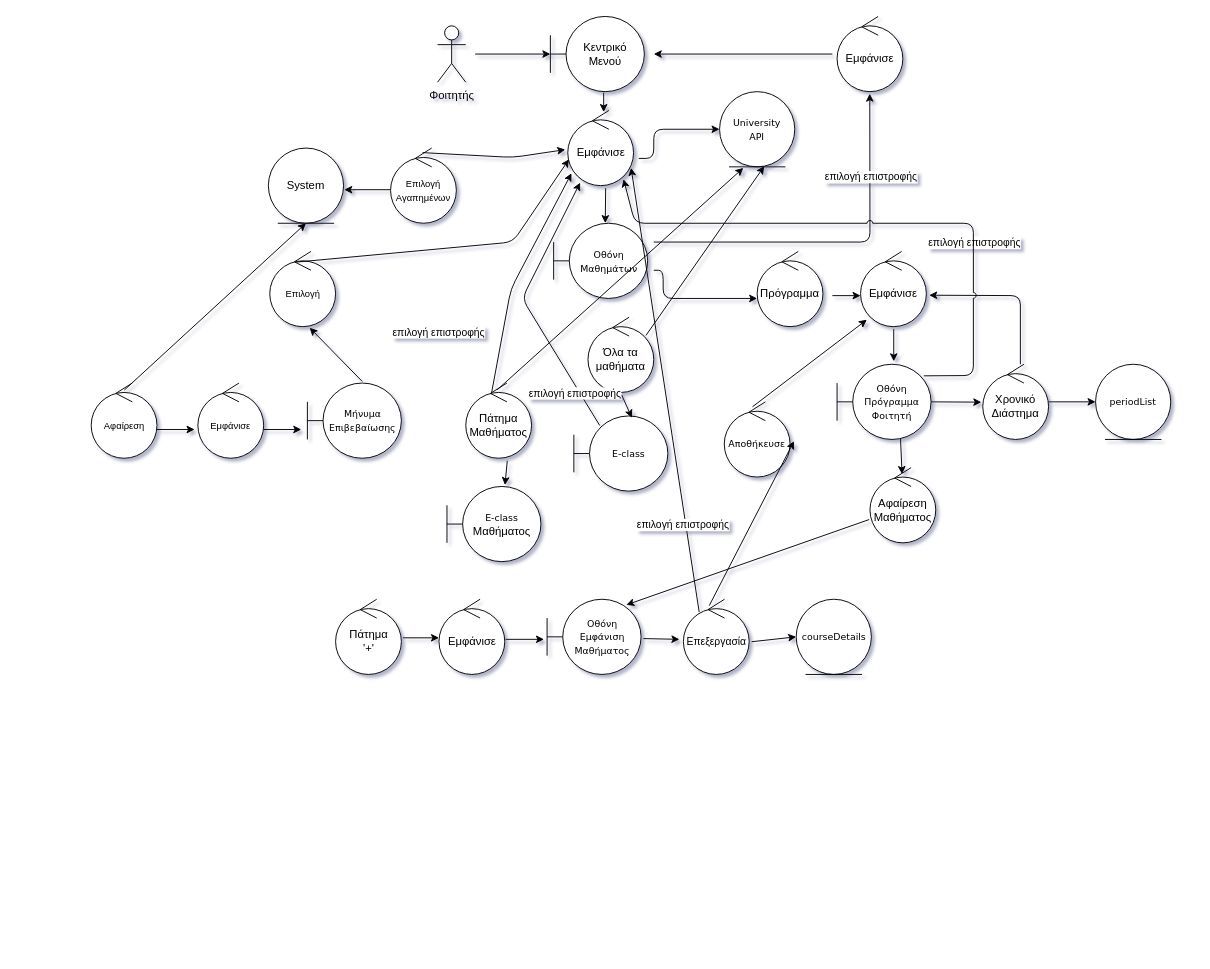
Before: page "Courses Menu" (5 of 5) of docs/Contributions/Vaggelis/Robustness-diagrams-v0.1.drawio in Ibournakas/PaPapp, a draw.io diagram. Source tidied: cells renumbered, new cells numbered last; positions are measured from the earlier drawing's top-left corner, leaving out a move shared by most shapes. Both pictures are drawn from the tidied source at 94%, with x=0, y=0 at pixel (91, 16).
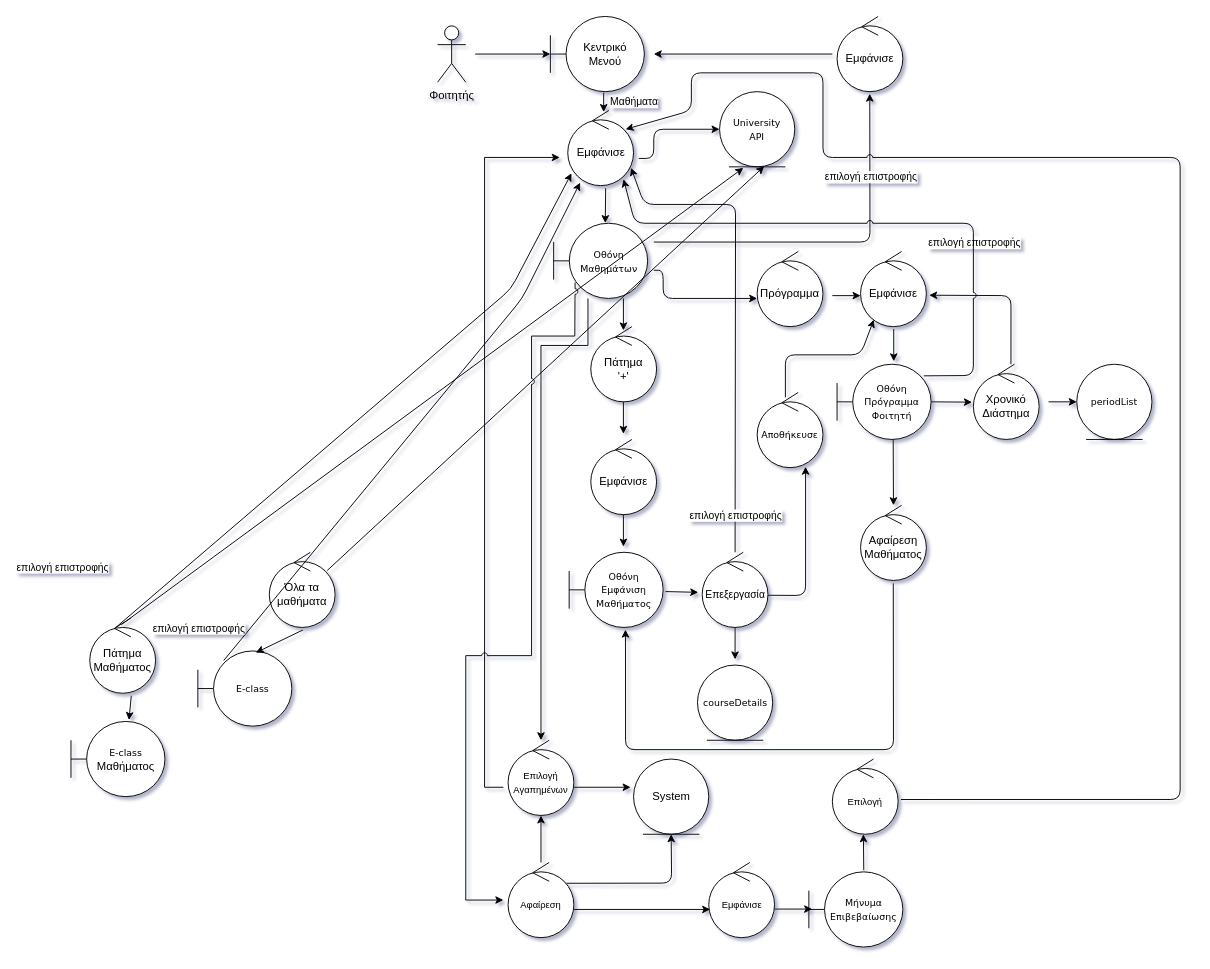
The same diagram, later.

Unchanged cells that the change refers to:
```xml
<mxCell id="3" value="&lt;font style=&quot;font-size: 10px;&quot; face=&quot;Verdana&quot;&gt;Οθόνη Μαθημάτων&lt;/font&gt;" style="shape=umlBoundary;whiteSpace=wrap;html=1;rounded=1;" parent="1" vertex="1">
  <mxGeometry x="491.5" y="220" width="100" height="80" as="geometry" />
</mxCell>
<mxCell id="12" value="Εμφάνισε" style="ellipse;shape=umlControl;whiteSpace=wrap;html=1;rounded=1;" parent="1" vertex="1">
  <mxGeometry x="506.5" y="100" width="70" height="80" as="geometry" />
</mxCell>
<mxCell id="17" value="Εμφάνισε" style="ellipse;shape=umlControl;whiteSpace=wrap;html=1;rounded=1;" parent="1" vertex="1">
  <mxGeometry x="818" y="250" width="70" height="80" as="geometry" />
</mxCell>
<mxCell id="21" value="&lt;font face=&quot;Verdana&quot;&gt;&lt;span style=&quot;font-size: 10px;&quot;&gt;Οθόνη&lt;br&gt;Πρόγραμμα Φοιτητή&lt;/span&gt;&lt;/font&gt;" style="shape=umlBoundary;whiteSpace=wrap;html=1;rounded=1;" parent="1" vertex="1">
  <mxGeometry x="793" y="370" width="100" height="80" as="geometry" />
</mxCell>
```

Change to the diagram source:
```diff
@@
     <mxCell id="20" value="Χρονικό&lt;br&gt;Διάστημα" style="ellipse;shape=umlControl;whiteSpace=wrap;html=1;rounded=1;" parent="1" vertex="1">
-      <mxGeometry x="948" y="370" width="70" height="80" as="geometry" />
+      <mxGeometry x="938" y="370" width="70" height="80" as="geometry" />
     </mxCell>
@@
     <mxCell id="23" value="&lt;font face=&quot;Verdana&quot;&gt;&lt;span style=&quot;font-size: 10px;&quot;&gt;periodList&lt;br&gt;&lt;/span&gt;&lt;/font&gt;" style="ellipse;shape=umlEntity;whiteSpace=wrap;html=1;rounded=1;" parent="1" vertex="1">
-      <mxGeometry x="1068" y="370" width="80" height="80" as="geometry" />
+      <mxGeometry x="1048" y="370" width="80" height="80" as="geometry" />
     </mxCell>
@@
-    <mxCell id="26" style="endArrow=classic;html=1;rounded=1;entryX=1.043;entryY=0.582;entryDx=0;entryDy=0;entryPerimeter=0;" parent="1" edge="1" target="17">
+    <mxCell id="26" style="endArrow=classic;html=1;rounded=1;entryX=1.043;entryY=0.582;entryDx=0;entryDy=0;entryPerimeter=0;exitX=0.571;exitY=0;exitDx=0;exitDy=0;exitPerimeter=0;" parent="1" edge="1" source="20" target="17">
       <mxGeometry relative="1" as="geometry">
-        <mxPoint x="988" y="370" as="sourcePoint" />
         <Array as="points">
-          <mxPoint x="988" y="297" />
+          <mxPoint x="978" y="297" />
         </Array>
       </mxGeometry>
     </mxCell>
@@
     <mxCell id="28" value="Πάτημα Μαθήματος" style="ellipse;shape=umlControl;whiteSpace=wrap;html=1;rounded=1;" parent="1" vertex="1">
-      <mxGeometry x="398" y="390" width="70" height="80" as="geometry" />
+      <mxGeometry x="-2" y="640" width="70" height="80" as="geometry" />
     </mxCell>
@@
     <mxCell id="30" value="&lt;font face=&quot;Verdana&quot;&gt;&lt;span style=&quot;font-size: 10px;&quot;&gt;E-class&lt;br&gt;&lt;/span&gt;&lt;/font&gt;Μαθήματος" style="shape=umlBoundary;whiteSpace=wrap;html=1;rounded=1;" parent="1" vertex="1">
-      <mxGeometry x="378" y="500" width="100" height="80" as="geometry" />
+      <mxGeometry x="-22" y="750" width="100" height="80" as="geometry" />
     </mxCell>
     <mxCell id="31" value="επιλογή επιστροφής" style="edgeLabel;html=1;align=center;verticalAlign=middle;rounded=1;" parent="1" vertex="1">
-      <mxGeometry x="368" y="335" as="geometry" />
+      <mxGeometry x="-32" y="585" as="geometry" />
     </mxCell>
     <mxCell id="32" value="&lt;font style=&quot;font-size: 10px;&quot;&gt;Επιλογή Αγαπημένων&lt;br&gt;&lt;/font&gt;" style="ellipse;shape=umlControl;whiteSpace=wrap;html=1;rounded=1;" parent="1" vertex="1">
-      <mxGeometry x="318" y="140" width="70" height="80" as="geometry" />
+      <mxGeometry x="443" y="770" width="70" height="80" as="geometry" />
     </mxCell>
     <mxCell id="33" value="System" style="ellipse;shape=umlEntity;whiteSpace=wrap;html=1;rounded=1;" parent="1" vertex="1">
-      <mxGeometry x="188" y="140" width="80" height="80" as="geometry" />
+      <mxGeometry x="576.5" y="790" width="80" height="80" as="geometry" />
     </mxCell>
-    <mxCell id="34" style="endArrow=classic;html=1;rounded=1;exitX=-0.002;exitY=0.554;exitDx=0;exitDy=0;exitPerimeter=0;entryX=1.009;entryY=0.554;entryDx=0;entryDy=0;entryPerimeter=0;" parent="1" edge="1" source="32" target="33">
-      <mxGeometry relative="1" as="geometry" />
-    </mxCell>
-    <mxCell id="35" style="endArrow=classic;html=1;rounded=1;exitX=0.488;exitY=0.061;exitDx=0;exitDy=0;exitPerimeter=0;entryX=-0.038;entryY=0.521;entryDx=0;entryDy=0;entryPerimeter=0;" parent="1" edge="1" source="32" target="12">
-      <mxGeometry relative="1" as="geometry">
-        <Array as="points">
-          <mxPoint x="448" y="150" />
-        </Array>
-      </mxGeometry>
-    </mxCell>
+    <mxCell id="70" style="edgeStyle=orthogonalEdgeStyle;rounded=0;jettySize=auto;html=1;" parent="1" edge="1" source="36" target="32">
+      <mxGeometry relative="1" as="geometry" />
+    </mxCell>
     <mxCell id="36" value="&lt;font style=&quot;font-size: 10px;&quot;&gt;Αφαίρεση&lt;br&gt;&lt;/font&gt;" style="ellipse;shape=umlControl;whiteSpace=wrap;html=1;rounded=1;" parent="1" vertex="1">
-      <mxGeometry x="-0.5" y="390" width="70" height="80" as="geometry" />
+      <mxGeometry x="443" y="900" width="70" height="80" as="geometry" />
     </mxCell>
     <mxCell id="37" value="&lt;font face=&quot;Verdana&quot;&gt;&lt;span style=&quot;font-size: 10px;&quot;&gt;Μήνυμα&lt;br&gt;Επιβεβαίωσης&lt;br&gt;&lt;/span&gt;&lt;/font&gt;" style="shape=umlBoundary;whiteSpace=wrap;html=1;rounded=1;" parent="1" vertex="1">
-      <mxGeometry x="229.5" y="390" width="100" height="80" as="geometry" />
+      <mxGeometry x="763" y="910" width="100" height="80" as="geometry" />
     </mxCell>
     <mxCell id="38" value="&lt;font style=&quot;font-size: 10px;&quot;&gt;Εμφάνισε&lt;br&gt;&lt;/font&gt;" style="ellipse;shape=umlControl;whiteSpace=wrap;html=1;rounded=1;" parent="1" vertex="1">
-      <mxGeometry x="113" y="390" width="70" height="80" as="geometry" />
+      <mxGeometry x="656.5" y="900" width="70" height="80" as="geometry" />
     </mxCell>
     <mxCell id="39" style="endArrow=classic;html=1;rounded=1;" parent="1" edge="1">
       <mxGeometry relative="1" as="geometry">
-        <mxPoint x="69.5" y="439.4" as="sourcePoint" />
-        <mxPoint x="109.5" y="439.4" as="targetPoint" />
+        <mxPoint x="513" y="950" as="sourcePoint" />
+        <mxPoint x="658" y="950" as="targetPoint" />
       </mxGeometry>
     </mxCell>
     <mxCell id="40" style="endArrow=classic;html=1;rounded=1;" parent="1" edge="1">
       <mxGeometry relative="1" as="geometry">
-        <mxPoint x="183" y="439.4" as="sourcePoint" />
-        <mxPoint x="223" y="439.4" as="targetPoint" />
+        <mxPoint x="726.5" y="949.6" as="sourcePoint" />
+        <mxPoint x="766.5" y="949.6" as="targetPoint" />
       </mxGeometry>
     </mxCell>
-    <mxCell id="41" style="endArrow=classic;html=1;rounded=1;exitX=0.504;exitY=0.093;exitDx=0;exitDy=0;exitPerimeter=0;entryX=0.5;entryY=1;entryDx=0;entryDy=0;" parent="1" edge="1" source="36" target="33">
-      <mxGeometry relative="1" as="geometry" />
+    <mxCell id="41" style="endArrow=classic;html=1;rounded=1;exitX=0.888;exitY=0.277;exitDx=0;exitDy=0;exitPerimeter=0;entryX=0.5;entryY=1;entryDx=0;entryDy=0;" parent="1" edge="1" source="36" target="33">
+      <mxGeometry relative="1" as="geometry">
+        <Array as="points">
+          <mxPoint x="617" y="922" />
+        </Array>
+      </mxGeometry>
     </mxCell>
     <mxCell id="42" value="&lt;font style=&quot;font-size: 10px;&quot;&gt;Επιλογή&lt;br&gt;&lt;/font&gt;" style="ellipse;shape=umlControl;whiteSpace=wrap;html=1;rounded=1;" parent="1" vertex="1">
-      <mxGeometry x="189.5" y="250" width="70" height="80" as="geometry" />
+      <mxGeometry x="788" y="790" width="70" height="80" as="geometry" />
     </mxCell>
-    <mxCell id="43" style="endArrow=classic;html=1;rounded=1;entryX=0.606;entryY=1.014;entryDx=0;entryDy=0;entryPerimeter=0;exitX=0.584;exitY=-0.021;exitDx=0;exitDy=0;exitPerimeter=0;" parent="1" edge="1" source="37" target="42">
-      <mxGeometry relative="1" as="geometry" />
+    <mxCell id="43" style="endArrow=classic;html=1;rounded=1;exitX=0.584;exitY=-0.021;exitDx=0;exitDy=0;exitPerimeter=0;" parent="1" edge="1" source="37">
+      <mxGeometry relative="1" as="geometry">
+        <mxPoint x="821" y="870" as="targetPoint" />
+      </mxGeometry>
     </mxCell>
-    <mxCell id="44" style="endArrow=classic;html=1;rounded=1;exitX=0.386;exitY=0.143;exitDx=0;exitDy=0;exitPerimeter=0;entryX=0.019;entryY=0.65;entryDx=0;entryDy=0;entryPerimeter=0;" parent="1" edge="1" source="42" target="12">
+    <mxCell id="44" style="endArrow=classic;html=1;rounded=1;exitX=1.043;exitY=0.538;exitDx=0;exitDy=0;exitPerimeter=0;entryX=0.879;entryY=0.25;entryDx=0;entryDy=0;entryPerimeter=0;jumpStyle=arc;" parent="1" edge="1" source="42" target="12">
       <mxGeometry relative="1" as="geometry">
         <Array as="points">
-          <mxPoint x="448" y="240" />
+          <mxPoint x="1158" y="833" />
+          <mxPoint x="1158" y="150" />
+          <mxPoint x="778" y="150" />
+          <mxPoint x="778" y="60" />
+          <mxPoint x="638" y="60" />
+          <mxPoint x="638" y="100" />
         </Array>
       </mxGeometry>
     </mxCell>
@@
     <mxCell id="47" value="Όλα τα μαθήματα" style="ellipse;shape=umlControl;whiteSpace=wrap;html=1;rounded=1;" parent="1" vertex="1">
-      <mxGeometry x="528" y="320" width="70" height="80" as="geometry" />
+      <mxGeometry x="189" y="570" width="70" height="80" as="geometry" />
     </mxCell>
     <mxCell id="48" value="&lt;font face=&quot;Verdana&quot;&gt;&lt;span style=&quot;font-size: 10px;&quot;&gt;E-class&lt;/span&gt;&lt;/font&gt;" style="shape=umlBoundary;whiteSpace=wrap;html=1;rounded=1;" parent="1" vertex="1">
-      <mxGeometry x="513" y="425" width="100" height="80" as="geometry" />
+      <mxGeometry x="113" y="675" width="100" height="80" as="geometry" />
     </mxCell>
@@
     <mxCell id="52" value="επιλογή επιστροφής" style="edgeLabel;html=1;align=center;verticalAlign=middle;rounded=1;" parent="1" vertex="1">
-      <mxGeometry x="513" y="400" as="geometry" />
+      <mxGeometry x="113" y="650" as="geometry" />
     </mxCell>
     <mxCell id="53" value="Πάτημα&lt;br&gt;'+'" style="ellipse;shape=umlControl;whiteSpace=wrap;html=1;rounded=1;" parent="1" vertex="1">
-      <mxGeometry x="259.5" y="620" width="70" height="80" as="geometry" />
+      <mxGeometry x="531" y="330" width="70" height="80" as="geometry" />
     </mxCell>
     <mxCell id="54" value="Εμφάνισε" style="ellipse;shape=umlControl;whiteSpace=wrap;html=1;rounded=1;" parent="1" vertex="1">
-      <mxGeometry x="369.5" y="620" width="70" height="80" as="geometry" />
+      <mxGeometry x="531" y="450" width="70" height="80" as="geometry" />
     </mxCell>
-    <mxCell id="55" style="endArrow=classic;html=1;rounded=1;exitX=1.024;exitY=0.513;exitDx=0;exitDy=0;exitPerimeter=0;entryX=0;entryY=0.513;entryDx=0;entryDy=0;entryPerimeter=0;" parent="1" edge="1" source="53" target="54">
-      <mxGeometry relative="1" as="geometry" />
-    </mxCell>
     <mxCell id="56" value="&lt;font face=&quot;Verdana&quot;&gt;&lt;span style=&quot;font-size: 10px;&quot;&gt;Οθόνη&lt;br&gt;Εμφάνιση&lt;br&gt;Μαθήματος&lt;br&gt;&lt;/span&gt;&lt;/font&gt;" style="shape=umlBoundary;whiteSpace=wrap;html=1;rounded=1;" parent="1" vertex="1">
-      <mxGeometry x="484.5" y="620" width="100" height="80" as="geometry" />
+      <mxGeometry x="508" y="570" width="100" height="80" as="geometry" />
     </mxCell>
-    <mxCell id="57" style="endArrow=classic;html=1;rounded=1;exitX=1.012;exitY=0.533;exitDx=0;exitDy=0;exitPerimeter=0;entryX=-0.033;entryY=0.533;entryDx=0;entryDy=0;entryPerimeter=0;" parent="1" edge="1" source="54" target="56">
-      <mxGeometry relative="1" as="geometry" />
-    </mxCell>
     <mxCell id="58" value="&lt;font style=&quot;font-size: 11px;&quot;&gt;Επεξεργασία&lt;/font&gt;" style="ellipse;shape=umlControl;whiteSpace=wrap;html=1;rounded=1;" parent="1" vertex="1">
-      <mxGeometry x="629.5" y="620" width="70" height="80" as="geometry" />
+      <mxGeometry x="649.5" y="570" width="70" height="80" as="geometry" />
     </mxCell>
@@
     <mxCell id="60" value="&lt;font face=&quot;Verdana&quot;&gt;&lt;span style=&quot;font-size: 10px;&quot;&gt;courseDetails&lt;br&gt;&lt;/span&gt;&lt;/font&gt;" style="ellipse;shape=umlEntity;whiteSpace=wrap;html=1;rounded=1;" parent="1" vertex="1">
-      <mxGeometry x="749.5" y="620" width="80" height="80" as="geometry" />
+      <mxGeometry x="644.5" y="690" width="80" height="80" as="geometry" />
     </mxCell>
-    <mxCell id="61" style="endArrow=classic;html=1;rounded=1;entryX=0;entryY=0.5;entryDx=0;entryDy=0;exitX=1.036;exitY=0.565;exitDx=0;exitDy=0;exitPerimeter=0;" parent="1" edge="1" source="58" target="60">
-      <mxGeometry relative="1" as="geometry" />
-    </mxCell>
     <mxCell id="62" value="&lt;font face=&quot;Verdana&quot;&gt;&lt;span style=&quot;font-size: 10px;&quot;&gt;Αποθήκευσε&lt;br&gt;&lt;/span&gt;&lt;/font&gt;" style="ellipse;shape=umlControl;whiteSpace=wrap;html=1;rounded=1;" parent="1" vertex="1">
-      <mxGeometry x="673" y="410" width="70" height="80" as="geometry" />
+      <mxGeometry x="708" y="400" width="70" height="80" as="geometry" />
     </mxCell>
-    <mxCell id="63" style="endArrow=classic;html=1;rounded=1;exitX=0.393;exitY=0.085;exitDx=0;exitDy=0;exitPerimeter=0;entryX=1.06;entryY=0.523;entryDx=0;entryDy=0;entryPerimeter=0;" parent="1" edge="1" source="58" target="62">
-      <mxGeometry relative="1" as="geometry" />
+    <mxCell id="63" style="endArrow=classic;html=1;rounded=1;entryX=0.5;entryY=0.988;entryDx=0;entryDy=0;entryPerimeter=0;exitX=1.002;exitY=0.572;exitDx=0;exitDy=0;exitPerimeter=0;" parent="1" edge="1" source="58">
+      <mxGeometry relative="1" as="geometry">
+        <mxPoint x="759.5" y="479" as="targetPoint" />
+        <Array as="points">
+          <mxPoint x="759.5" y="616" />
+        </Array>
+      </mxGeometry>
     </mxCell>
-    <mxCell id="64" style="endArrow=classic;html=1;rounded=1;exitX=0.429;exitY=0.065;exitDx=0;exitDy=0;exitPerimeter=0;entryX=0.095;entryY=0.908;entryDx=0;entryDy=0;entryPerimeter=0;" parent="1" edge="1" source="62" target="17">
-      <mxGeometry relative="1" as="geometry" />
+    <mxCell id="64" style="endArrow=classic;html=1;rounded=1;exitX=0.429;exitY=0.065;exitDx=0;exitDy=0;exitPerimeter=0;entryX=0.201;entryY=0.908;entryDx=0;entryDy=0;entryPerimeter=0;" parent="1" edge="1" source="62" target="17">
+      <mxGeometry relative="1" as="geometry">
+        <Array as="points">
+          <mxPoint x="738" y="360" />
+          <mxPoint x="818" y="360" />
+        </Array>
+      </mxGeometry>
     </mxCell>
-    <mxCell id="65" style="endArrow=classic;html=1;rounded=1;exitX=0.675;exitY=0.992;exitDx=0;exitDy=0;exitPerimeter=0;entryX=0.488;entryY=0.085;entryDx=0;entryDy=0;entryPerimeter=0;" parent="1" edge="1" source="21" target="66">
-      <mxGeometry relative="1" as="geometry" />
-    </mxCell>
     <mxCell id="66" value="Αφαίρεση Μαθήματος" style="ellipse;shape=umlControl;whiteSpace=wrap;html=1;rounded=1;" parent="1" vertex="1">
-      <mxGeometry x="828" y="480" width="70" height="80" as="geometry" />
+      <mxGeometry x="818" y="520" width="70" height="80" as="geometry" />
     </mxCell>
-    <mxCell id="67" style="endArrow=classic;html=1;rounded=1;exitX=-0.012;exitY=0.69;exitDx=0;exitDy=0;exitPerimeter=0;entryX=0.843;entryY=0.075;entryDx=0;entryDy=0;entryPerimeter=0;" parent="1" edge="1" source="66" target="56">
-      <mxGeometry relative="1" as="geometry" />
+    <mxCell id="67" style="endArrow=classic;html=1;rounded=1;exitX=0.497;exitY=1.038;exitDx=0;exitDy=0;exitPerimeter=0;entryX=0.599;entryY=1.029;entryDx=0;entryDy=0;entryPerimeter=0;" parent="1" edge="1" source="66" target="56">
+      <mxGeometry relative="1" as="geometry">
+        <Array as="points">
+          <mxPoint x="853" y="780" />
+          <mxPoint x="568" y="780" />
+        </Array>
+      </mxGeometry>
     </mxCell>
-    <mxCell id="68" style="endArrow=classic;html=1;rounded=1;exitX=0.24;exitY=0.169;exitDx=0;exitDy=0;exitPerimeter=0;entryX=0.962;entryY=0.763;entryDx=0;entryDy=0;entryPerimeter=0;" parent="1" edge="1" source="58" target="12">
-      <mxGeometry relative="1" as="geometry" />
+    <mxCell id="68" style="endArrow=classic;html=1;rounded=1;entryX=0.962;entryY=0.763;entryDx=0;entryDy=0;entryPerimeter=0;" parent="1" edge="1" source="58" target="12">
+      <mxGeometry relative="1" as="geometry">
+        <Array as="points">
+          <mxPoint x="685" y="200" />
+          <mxPoint x="588" y="200" />
+        </Array>
+      </mxGeometry>
     </mxCell>
     <mxCell id="69" value="επιλογή επιστροφής" style="edgeLabel;html=1;align=center;verticalAlign=middle;rounded=1;" parent="1" vertex="1">
-      <mxGeometry x="628" y="540" as="geometry" />
+      <mxGeometry x="684.5" y="530" as="geometry" />
     </mxCell>
+    <mxCell id="71" value="Μαθήματα" style="edgeLabel;html=1;align=center;verticalAlign=middle;rounded=1;" parent="1" vertex="1">
+      <mxGeometry x="576.5" y="90" as="geometry" />
+    </mxCell>
+    <mxCell id="72" style="endArrow=classic;html=1;rounded=1;exitX=0.504;exitY=1.032;exitDx=0;exitDy=0;exitPerimeter=0;entryX=0.603;entryY=-0.039;entryDx=0;entryDy=0;entryPerimeter=0;" parent="1" edge="1">
+      <mxGeometry relative="1" as="geometry">
+        <mxPoint x="565.7" y="300" as="sourcePoint" />
+        <mxPoint x="565.7" y="334" as="targetPoint" />
+      </mxGeometry>
+    </mxCell>
+    <mxCell id="73" style="endArrow=classic;html=1;rounded=1;exitX=0.504;exitY=1.032;exitDx=0;exitDy=0;exitPerimeter=0;entryX=0.603;entryY=-0.039;entryDx=0;entryDy=0;entryPerimeter=0;" parent="1" edge="1">
+      <mxGeometry relative="1" as="geometry">
+        <mxPoint x="565.7" y="410" as="sourcePoint" />
+        <mxPoint x="565.7" y="444" as="targetPoint" />
+      </mxGeometry>
+    </mxCell>
+    <mxCell id="74" style="endArrow=classic;html=1;rounded=1;exitX=0.504;exitY=1.032;exitDx=0;exitDy=0;exitPerimeter=0;entryX=0.603;entryY=-0.039;entryDx=0;entryDy=0;entryPerimeter=0;" parent="1" edge="1">
+      <mxGeometry relative="1" as="geometry">
+        <mxPoint x="565.7" y="530" as="sourcePoint" />
+        <mxPoint x="565.7" y="564" as="targetPoint" />
+      </mxGeometry>
+    </mxCell>
+    <mxCell id="75" style="endArrow=classic;html=1;rounded=1;exitX=0.504;exitY=1.032;exitDx=0;exitDy=0;exitPerimeter=0;entryX=0.603;entryY=-0.039;entryDx=0;entryDy=0;entryPerimeter=0;" parent="1" edge="1">
+      <mxGeometry relative="1" as="geometry">
+        <mxPoint x="684.5" y="650" as="sourcePoint" />
+        <mxPoint x="684.5" y="684" as="targetPoint" />
+      </mxGeometry>
+    </mxCell>
+    <mxCell id="76" style="endArrow=classic;html=1;rounded=1;exitX=0.504;exitY=1.032;exitDx=0;exitDy=0;exitPerimeter=0;" parent="1" edge="1">
+      <mxGeometry relative="1" as="geometry">
+        <mxPoint x="852.7" y="450" as="sourcePoint" />
+        <mxPoint x="853" y="520" as="targetPoint" />
+      </mxGeometry>
+    </mxCell>
+    <mxCell id="77" style="endArrow=classic;html=1;rounded=0;" parent="1" edge="1" target="32">
+      <mxGeometry relative="1" as="geometry">
+        <mxPoint x="528" y="300" as="sourcePoint" />
+        <Array as="points">
+          <mxPoint x="528" y="350" />
+          <mxPoint x="478" y="350" />
+        </Array>
+      </mxGeometry>
+    </mxCell>
+    <mxCell id="78" style="endArrow=classic;html=1;rounded=1;exitX=0.504;exitY=1.032;exitDx=0;exitDy=0;exitPerimeter=0;" parent="1" edge="1">
+      <mxGeometry relative="1" as="geometry">
+        <mxPoint x="513" y="820" as="sourcePoint" />
+        <mxPoint x="573.4" y="820" as="targetPoint" />
+      </mxGeometry>
+    </mxCell>
+    <mxCell id="79" style="endArrow=classic;html=1;rounded=0;" parent="1" edge="1">
+      <mxGeometry relative="1" as="geometry">
+        <mxPoint x="438" y="820" as="sourcePoint" />
+        <mxPoint x="498" y="150" as="targetPoint" />
+        <Array as="points">
+          <mxPoint x="418" y="820" />
+          <mxPoint x="418" y="150" />
+        </Array>
+      </mxGeometry>
+    </mxCell>
+    <mxCell id="80" style="endArrow=classic;html=1;rounded=0;exitX=0.228;exitY=0.788;exitDx=0;exitDy=0;exitPerimeter=0;jumpStyle=arc;" parent="1" edge="1" source="3">
+      <mxGeometry relative="1" as="geometry">
+        <mxPoint x="438" y="940" as="targetPoint" />
+        <Array as="points">
+          <mxPoint x="514" y="340" />
+          <mxPoint x="468" y="340" />
+          <mxPoint x="468" y="680" />
+          <mxPoint x="398" y="680" />
+          <mxPoint x="398" y="940" />
+        </Array>
+      </mxGeometry>
+    </mxCell>
```
